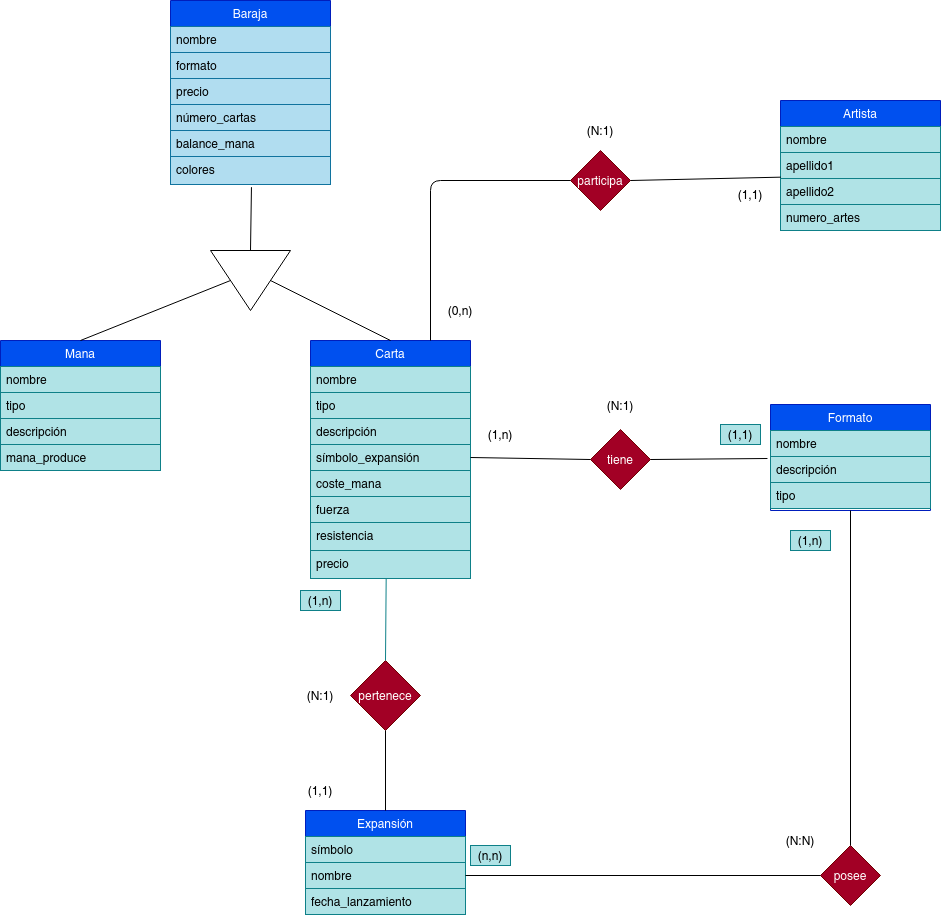
Above: imagenes/relaciones-entidades/diagrama-magic.png in crislemen/MagicDB (draw.io), before the change. Source tidied: cells renumbered, new cells last; positions are measured from the earlier drawing's top-left corner, leaving out a move shared by most shapes.
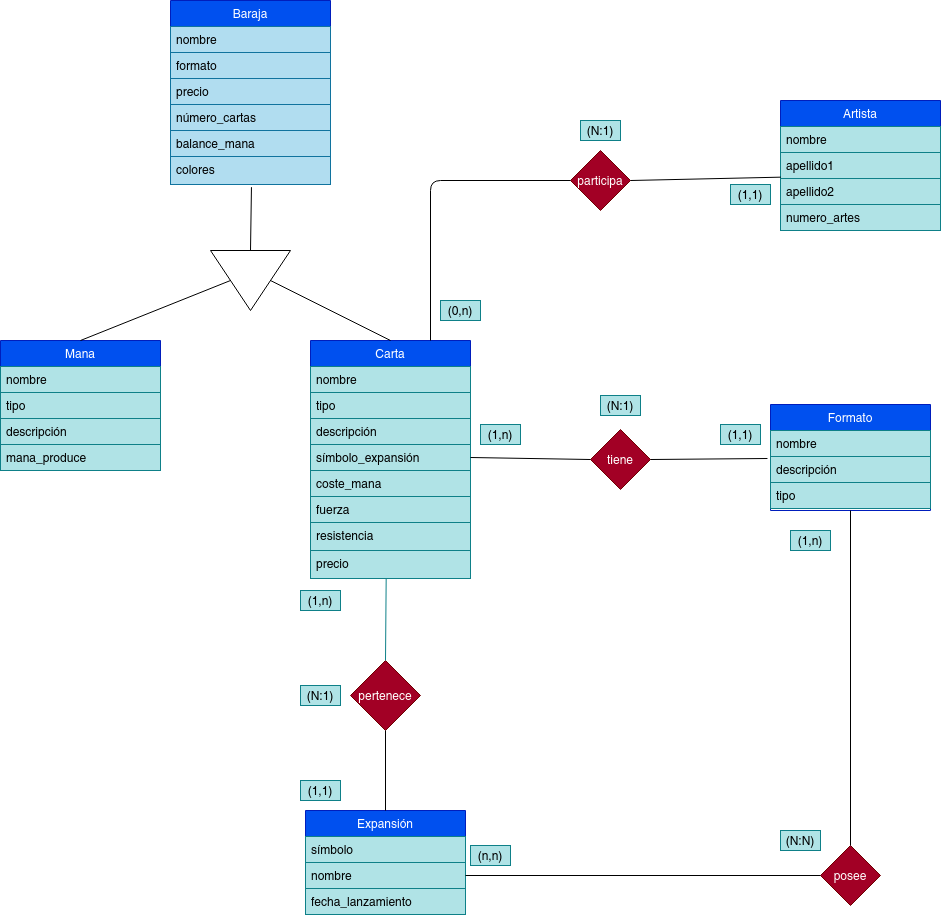
The same file after the commit.

Commit message:
Arreglando diagrama Magic

The edit, as a diff of the source:
```diff
@@ -149,31 +149,31 @@
     <mxCell id="48" style="triangle;whiteSpace=wrap;html=1;shadow=0;rotation=90;" parent="1" vertex="1">
       <mxGeometry x="220" y="240" width="60" height="80" as="geometry" />
     </mxCell>
-    <mxCell id="49" value="(1,n)" style="text;html=1;strokeColor=none;fillColor=none;align=center;verticalAlign=middle;whiteSpace=wrap;rounded=0;shadow=0;" parent="1" vertex="1">
+    <mxCell id="49" value="(1,n)" style="text;html=1;strokeColor=#0e8088;fillColor=#b0e3e6;align=center;verticalAlign=middle;whiteSpace=wrap;rounded=0;shadow=0;" parent="1" vertex="1">
       <mxGeometry x="480" y="424" width="40" height="20" as="geometry" />
     </mxCell>
     <mxCell id="50" value="(1,1)" style="text;html=1;strokeColor=#0e8088;fillColor=#b0e3e6;align=center;verticalAlign=middle;whiteSpace=wrap;rounded=0;shadow=0;" parent="1" vertex="1">
       <mxGeometry x="720" y="424" width="40" height="20" as="geometry" />
     </mxCell>
-    <mxCell id="51" value="(N:1)" style="text;html=1;strokeColor=none;fillColor=none;align=center;verticalAlign=middle;whiteSpace=wrap;rounded=0;shadow=0;" parent="1" vertex="1">
+    <mxCell id="51" value="(N:1)" style="text;html=1;strokeColor=#0e8088;fillColor=#b0e3e6;align=center;verticalAlign=middle;whiteSpace=wrap;rounded=0;shadow=0;" parent="1" vertex="1">
       <mxGeometry x="600" y="395" width="40" height="20" as="geometry" />
     </mxCell>
-    <mxCell id="52" value="(0,n)" style="text;html=1;strokeColor=none;fillColor=none;align=center;verticalAlign=middle;whiteSpace=wrap;rounded=0;shadow=0;" parent="1" vertex="1">
+    <mxCell id="52" value="(0,n)" style="text;html=1;strokeColor=#0e8088;fillColor=#b0e3e6;align=center;verticalAlign=middle;whiteSpace=wrap;rounded=0;shadow=0;" parent="1" vertex="1">
       <mxGeometry x="440" y="300" width="40" height="20" as="geometry" />
     </mxCell>
-    <mxCell id="53" value="(1,1)" style="text;html=1;strokeColor=none;fillColor=none;align=center;verticalAlign=middle;whiteSpace=wrap;rounded=0;shadow=0;" parent="1" vertex="1">
+    <mxCell id="53" value="(1,1)" style="text;html=1;strokeColor=#0e8088;fillColor=#b0e3e6;align=center;verticalAlign=middle;whiteSpace=wrap;rounded=0;shadow=0;" parent="1" vertex="1">
       <mxGeometry x="730" y="184" width="40" height="20" as="geometry" />
     </mxCell>
-    <mxCell id="54" value="(N:1)" style="text;html=1;strokeColor=none;fillColor=none;align=center;verticalAlign=middle;whiteSpace=wrap;rounded=0;shadow=0;" parent="1" vertex="1">
+    <mxCell id="54" value="(N:1)" style="text;html=1;strokeColor=#0e8088;fillColor=#b0e3e6;align=center;verticalAlign=middle;whiteSpace=wrap;rounded=0;shadow=0;" parent="1" vertex="1">
       <mxGeometry x="580" y="120" width="40" height="20" as="geometry" />
     </mxCell>
     <mxCell id="55" value="(1,n)" style="text;html=1;strokeColor=#0e8088;fillColor=#b0e3e6;align=center;verticalAlign=middle;whiteSpace=wrap;rounded=0;shadow=0;" parent="1" vertex="1">
       <mxGeometry x="300" y="590" width="40" height="20" as="geometry" />
     </mxCell>
-    <mxCell id="56" value="(1,1)" style="text;html=1;strokeColor=none;fillColor=none;align=center;verticalAlign=middle;whiteSpace=wrap;rounded=0;shadow=0;" parent="1" vertex="1">
+    <mxCell id="56" value="(1,1)" style="text;html=1;strokeColor=#0e8088;fillColor=#b0e3e6;align=center;verticalAlign=middle;whiteSpace=wrap;rounded=0;shadow=0;" parent="1" vertex="1">
       <mxGeometry x="300" y="780" width="40" height="20" as="geometry" />
     </mxCell>
-    <mxCell id="57" value="(N:1)" style="text;html=1;strokeColor=none;fillColor=none;align=center;verticalAlign=middle;whiteSpace=wrap;rounded=0;shadow=0;" parent="1" vertex="1">
+    <mxCell id="57" value="(N:1)" style="text;html=1;strokeColor=#0e8088;fillColor=#b0e3e6;align=center;verticalAlign=middle;whiteSpace=wrap;rounded=0;shadow=0;" parent="1" vertex="1">
       <mxGeometry x="300" y="685" width="40" height="20" as="geometry" />
     </mxCell>
     <mxCell id="58" value="posee" style="rhombus;whiteSpace=wrap;html=1;shadow=0;fillColor=#a20025;strokeColor=#6F0000;fontColor=#ffffff;" parent="1" vertex="1">
@@ -191,7 +191,7 @@
     <mxCell id="62" value="(n,n)" style="text;html=1;strokeColor=#0e8088;fillColor=#b0e3e6;align=center;verticalAlign=middle;whiteSpace=wrap;rounded=0;shadow=0;" parent="1" vertex="1">
       <mxGeometry x="470" y="845" width="40" height="20" as="geometry" />
     </mxCell>
-    <mxCell id="63" value="(N:N)" style="text;html=1;strokeColor=none;fillColor=none;align=center;verticalAlign=middle;whiteSpace=wrap;rounded=0;shadow=0;" parent="1" vertex="1">
+    <mxCell id="63" value="(N:N)" style="text;html=1;strokeColor=#0e8088;fillColor=#b0e3e6;align=center;verticalAlign=middle;whiteSpace=wrap;rounded=0;shadow=0;" parent="1" vertex="1">
       <mxGeometry x="780" y="830" width="40" height="20" as="geometry" />
     </mxCell>
   </root>
```
